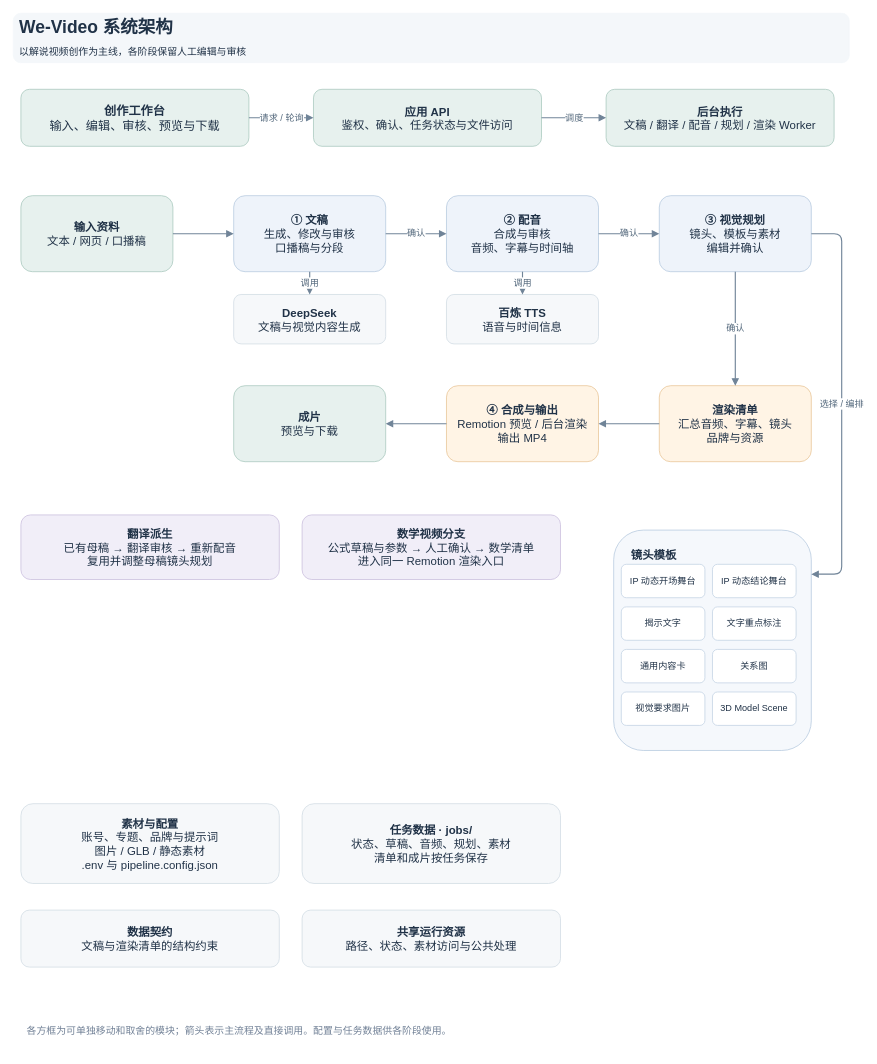
Before: doc/architecture.drawio in hongqun/we-video, a draw.io diagram. Source tidied: cells renumbered, new cells numbered last; positions are measured from the earlier drawing's top-left corner, leaving out a move shared by most shapes. Both pictures are drawn from the tidied source at 76%, with x=0, y=0 at pixel (13, 13).
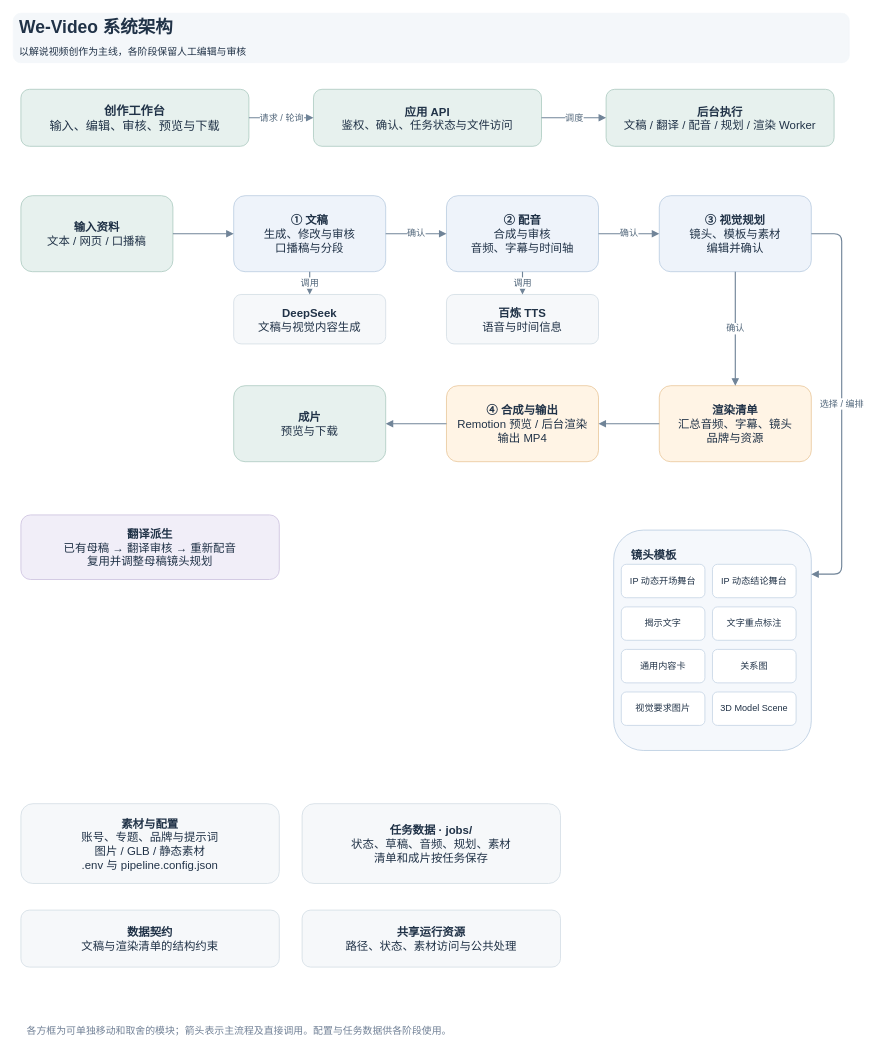
Above is the later version.

Diff of the diagram source:
```diff
@@
-    <mxCell id="34" value="&lt;b&gt;数学视频分支&lt;/b&gt;&lt;br&gt;公式草稿与参数 → 人工确认 → 数学清单&lt;br&gt;进入同一 Remotion 渲染入口" style="rounded=1;whiteSpace=wrap;html=1;fillColor=#f1eef8;strokeColor=#c9bddd;fontColor=#203247;fontSize=15;spacing=8;" parent="1" vertex="1">
-      <mxGeometry x="380" y="660" width="340" height="85" as="geometry" />
-    </mxCell>
```
